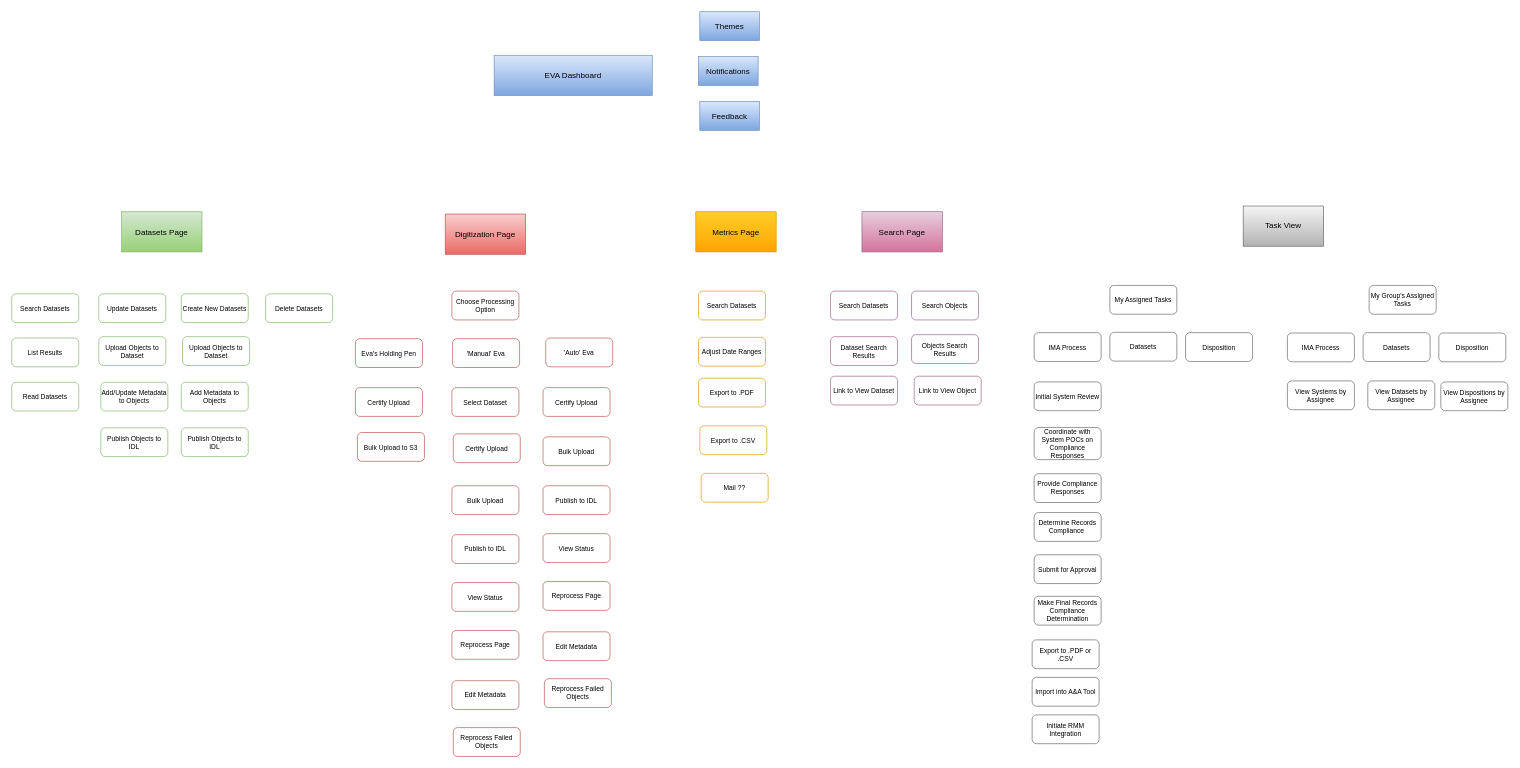
This is page "Page-2" (2 of 2) of Drawings/Eva/Page flow.drawio from flare891/rmslow, a draw.io file, before an edit. Source tidied: cells renumbered, new cells numbered last; positions are measured from the earlier drawing's top-left corner, leaving out a move shared by most shapes. Both pictures are drawn from the tidied source at 67%, with x=0, y=0 at pixel (11, 11).
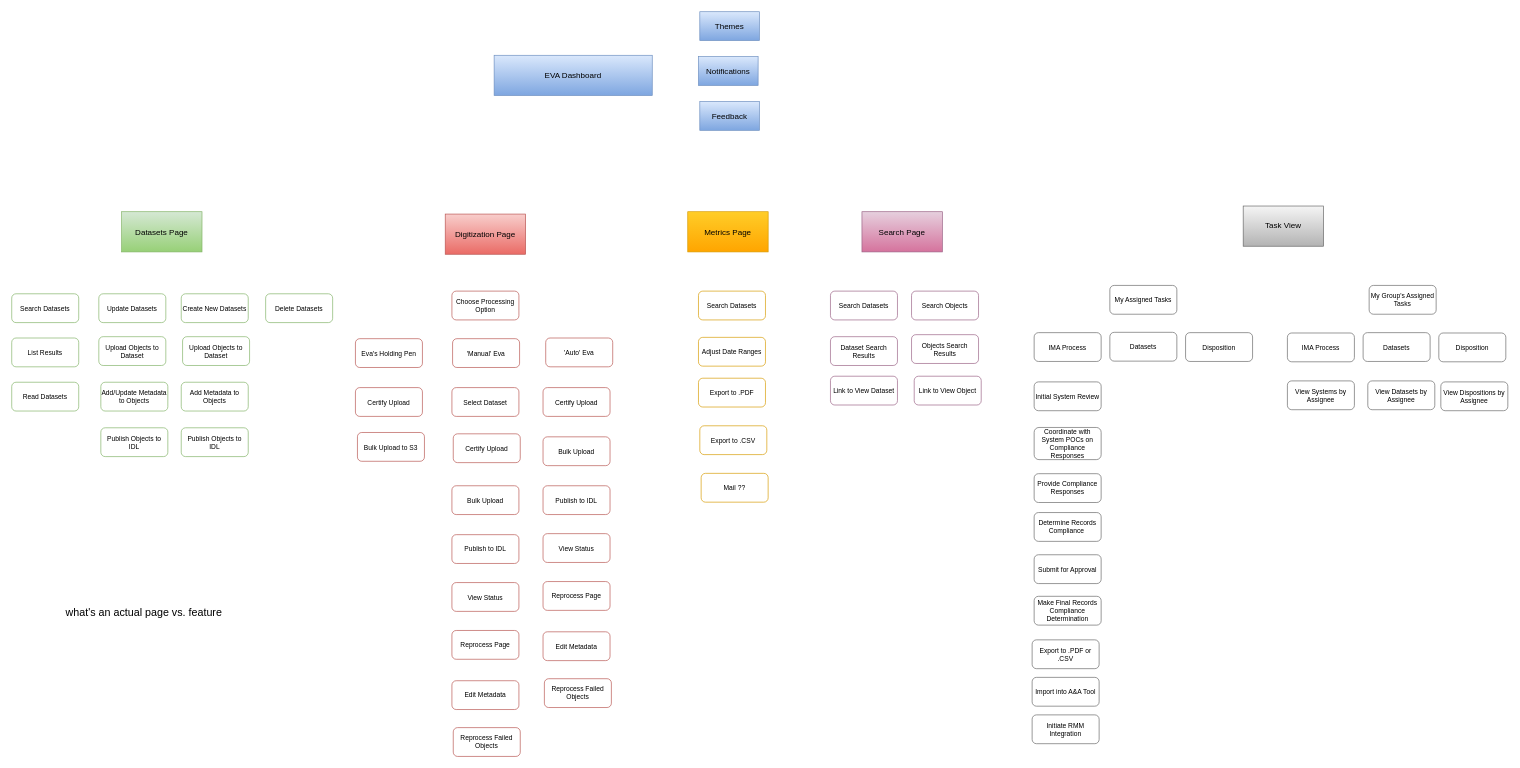
After the change.

What changed in the source:
```diff
@@
     <mxCell id="4" value="Metrics Page" style="rounded=0;whiteSpace=wrap;html=1;fillColor=#ffcd28;strokeColor=#d79b00;gradientColor=#ffa500;" parent="1" vertex="1">
-      <mxGeometry x="1021" y="298.5" width="120" height="60" as="geometry" />
+      <mxGeometry x="1009" y="298.5" width="120" height="60" as="geometry" />
     </mxCell>
@@
+    <mxCell id="75" value="what's an actual page vs. feature" style="text;html=1;strokeColor=none;fillColor=none;align=center;verticalAlign=middle;whiteSpace=wrap;rounded=0;fontSize=16;" parent="1" vertex="1">
+      <mxGeometry x="47" y="875" width="301" height="44" as="geometry" />
+    </mxCell>
```
